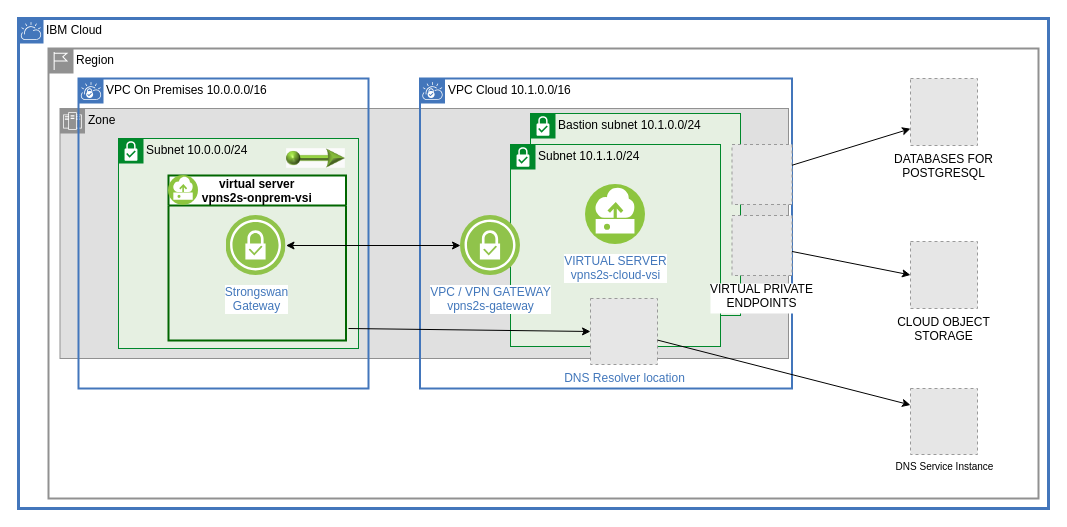
Earlier version of the draw.io diagram page "tutorial" (1 of 8) of diagrams/vpc-site2site-vpn.drawio (ibm-cloud-docs/solution-tutorials). Source tidied: cells renumbered, new cells numbered last; positions are measured from the earlier drawing's top-left corner, leaving out a move shared by most shapes. Both pictures are drawn from the tidied source at 100%, with x=0, y=0 at pixel (18, 18). Pictures stored in the file or linked from it are replaced by grey dashed boxes.
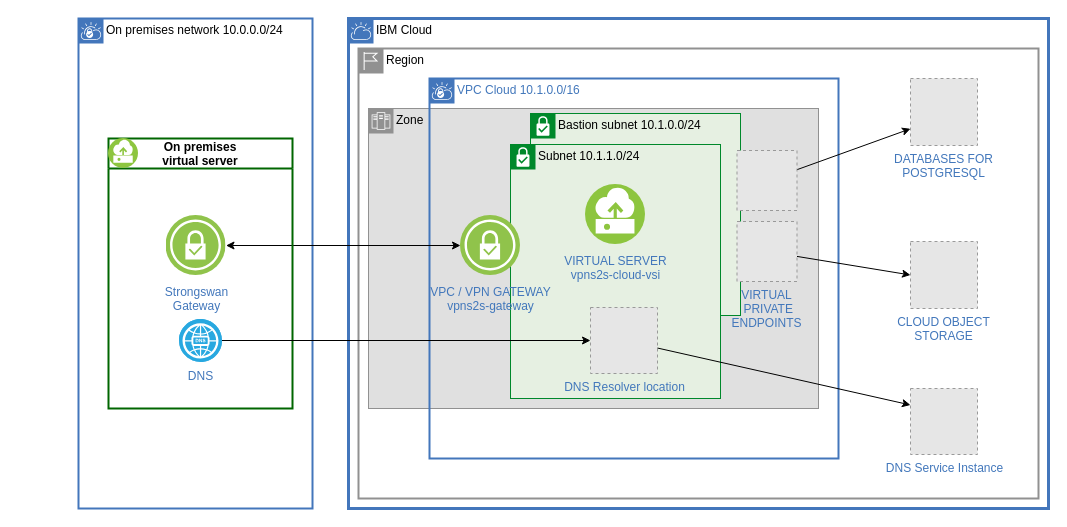
The same diagram, later.

The edit, as a diff of the source:
```diff
@@
     <mxCell id="2" value="IBM Cloud" style="shape=mxgraph.ibm.box;prType=cloud;fontStyle=0;verticalAlign=top;align=left;spacingLeft=32;spacingTop=4;fillColor=none;rounded=0;whiteSpace=wrap;html=1;strokeColor=#4376BB;strokeWidth=3;dashed=0;spacing=-4;" parent="1" vertex="1">
-      <mxGeometry width="1030" height="490" as="geometry" />
+      <mxGeometry x="330" width="700" height="490" as="geometry" />
     </mxCell>
     <mxCell id="3" value="Region" style="shape=mxgraph.ibm.box;prType=region;fontStyle=0;verticalAlign=top;align=left;spacingLeft=32;spacingTop=4;fillColor=none;rounded=0;whiteSpace=wrap;html=1;strokeColor=#919191;strokeWidth=2;dashed=0;spacing=-4;fontFamily=Helvetica;fontSize=12;fontColor=default;" parent="1" vertex="1">
-      <mxGeometry x="30" y="30" width="990" height="450" as="geometry" />
+      <mxGeometry x="340" y="30" width="680" height="450" as="geometry" />
     </mxCell>
     <mxCell id="4" value="Zone" style="shape=mxgraph.ibm.box;prType=zone;fontStyle=0;verticalAlign=top;align=left;spacingLeft=32;spacingTop=4;fillColor=#E0E0E0;rounded=0;whiteSpace=wrap;html=1;strokeColor=#919191;strokeWidth=1;dashed=0;spacing=-4;fontFamily=Helvetica;fontSize=12;fontColor=default;" parent="1" vertex="1">
-      <mxGeometry x="41.5" y="90" width="728.5" height="250" as="geometry" />
+      <mxGeometry x="350" y="90" width="450" height="300" as="geometry" />
     </mxCell>
-    <mxCell id="5" value="VPC Cloud 10.1.0.0/16" style="shape=mxgraph.ibm.box;prType=vpc;fontStyle=0;verticalAlign=top;align=left;spacingLeft=32;spacingTop=4;fillColor=none;rounded=0;whiteSpace=wrap;html=1;strokeColor=#4376BB;strokeWidth=2;dashed=0;spacing=-4;" parent="4" vertex="1">
-      <mxGeometry x="360" y="-30" width="372" height="310" as="geometry" />
+    <mxCell id="5" value="VPC Cloud 10.1.0.0/16" style="shape=mxgraph.ibm.box;prType=vpc;fontStyle=0;verticalAlign=top;align=left;spacingLeft=32;spacingTop=4;fillColor=none;rounded=0;whiteSpace=wrap;html=1;strokeColor=#4376BB;strokeWidth=2;dashed=0;spacing=-4;fontColor=#4277BB;labelBackgroundColor=none;" parent="1" vertex="1">
+      <mxGeometry x="411" y="60" width="409" height="380" as="geometry" />
     </mxCell>
+    <mxCell id="27" value="On premises network 10.0.0.0/24" style="shape=mxgraph.ibm.box;prType=vpc;fontStyle=0;verticalAlign=top;align=left;spacingLeft=32;spacingTop=4;fillColor=none;rounded=0;whiteSpace=wrap;html=1;strokeColor=#4376BB;strokeWidth=2;dashed=0;spacing=-4;labelBackgroundColor=none;" parent="1" vertex="1">
+      <mxGeometry x="60" width="234" height="490" as="geometry" />
+    </mxCell>
+    <mxCell id="18" value="DATABASES FOR&#10;POSTGRESQL" style="fillColor=#E6E6E6;strokeColor=#999999;dashed=1;verticalLabelPosition=bottom;verticalAlign=top;fontColor=#4277BB;" parent="1" vertex="1">
+      <mxGeometry x="892" y="60" width="67" height="67" as="geometry" />
+    </mxCell>
+    <mxCell id="19" value="CLOUD OBJECT&#10;STORAGE" style="fillColor=#E6E6E6;strokeColor=#999999;dashed=1;verticalLabelPosition=bottom;verticalAlign=top;fontColor=#4277BB;" parent="1" vertex="1">
+      <mxGeometry x="892" y="223" width="67" height="67" as="geometry" />
+    </mxCell>
+    <mxCell id="20" style="rounded=0;jettySize=auto;html=1;entryX=0;entryY=0.75;entryDx=0;entryDy=0;" parent="1" edge="1" source="11" target="18">
+      <mxGeometry relative="1" as="geometry" />
+    </mxCell>
+    <mxCell id="21" style="edgeStyle=none;rounded=0;jettySize=auto;html=1;entryX=0;entryY=0.5;entryDx=0;entryDy=0;" parent="1" edge="1" source="9" target="19">
+      <mxGeometry relative="1" as="geometry" />
+    </mxCell>
+    <mxCell id="22" style="edgeStyle=none;rounded=0;jettySize=auto;html=1;entryX=0;entryY=0.5;entryDx=0;entryDy=0;startArrow=classic;startFill=1;" parent="1" edge="1" source="16" target="25">
+      <mxGeometry relative="1" as="geometry" />
+    </mxCell>
+    <mxCell id="23" value="DNS Service Instance" style="fillColor=#E6E6E6;strokeColor=#999999;dashed=1;verticalLabelPosition=bottom;verticalAlign=top;fontSize=12;html=1;fontColor=#4277BB;" parent="1" vertex="1">
+      <mxGeometry x="892" y="370" width="67" height="66" as="geometry" />
+    </mxCell>
-    <mxCell id="6" value="Bastion subnet 10.1.0.0/24" style="shape=mxgraph.ibm.box;prType=subnet;fontStyle=0;verticalAlign=top;align=left;spacingLeft=32;spacingTop=4;fillColor=#E6F0E2;rounded=0;whiteSpace=wrap;html=1;strokeColor=#00882B;strokeWidth=1;dashed=0;spacing=-4;" parent="4" vertex="1">
-      <mxGeometry x="470.5" y="5" width="210" height="202" as="geometry" />
+    <mxCell id="6" value="Bastion subnet 10.1.0.0/24" style="shape=mxgraph.ibm.box;prType=subnet;fontStyle=0;verticalAlign=top;align=left;spacingLeft=32;spacingTop=4;fillColor=#E6F0E2;rounded=0;whiteSpace=wrap;html=1;strokeColor=#00882B;strokeWidth=1;dashed=0;spacing=-4;" parent="1" vertex="1">
+      <mxGeometry x="512" y="95" width="210" height="202" as="geometry" />
     </mxCell>
-    <mxCell id="7" value="Subnet 10.1.1.0/24" style="shape=mxgraph.ibm.box;prType=subnet;fontStyle=0;verticalAlign=top;align=left;spacingLeft=32;spacingTop=4;fillColor=#E6F0E2;rounded=0;whiteSpace=wrap;html=1;strokeColor=#00882B;strokeWidth=1;dashed=0;spacing=-4;" parent="4" vertex="1">
-      <mxGeometry x="450.5" y="36" width="210" height="202" as="geometry" />
+    <mxCell id="7" value="Subnet 10.1.1.0/24" style="shape=mxgraph.ibm.box;prType=subnet;fontStyle=0;verticalAlign=top;align=left;spacingLeft=32;spacingTop=4;fillColor=#E6F0E2;rounded=0;whiteSpace=wrap;html=1;strokeColor=#00882B;strokeWidth=1;dashed=0;spacing=-4;" parent="1" vertex="1">
+      <mxGeometry x="492" y="126" width="210" height="254" as="geometry" />
     </mxCell>
-    <mxCell id="8" value="VIRTUAL SERVER&lt;br&gt;vpns2s-cloud-vsi" style="perimeter=ellipsePerimeter;html=1;align=center;shadow=0;dashed=0;fontColor=#4277BB;labelBackgroundColor=#ffffff;fontSize=12;spacingTop=3;image;image=img/lib/ibm/vpc/Instance.svg;" parent="4" vertex="1">
-      <mxGeometry x="525.5" y="76" width="60" height="60" as="geometry" />
+    <mxCell id="8" value="VIRTUAL SERVER&lt;br&gt;vpns2s-cloud-vsi" style="perimeter=ellipsePerimeter;html=1;align=center;shadow=0;dashed=0;fontColor=#4277BB;labelBackgroundColor=none;fontSize=12;spacingTop=3;image;image=img/lib/ibm/vpc/Instance.svg;labelBackgroundColor=none;" parent="1" vertex="1">
+      <mxGeometry x="567" y="166" width="60" height="60" as="geometry" />
     </mxCell>
-    <mxCell id="9" value="VIRTUAL PRIVATE&#10;ENDPOINTS" style="fillColor=#E6E6E6;strokeColor=#999999;dashed=1;verticalLabelPosition=bottom;labelBackgroundColor=#ffffff;verticalAlign=top;" parent="4" vertex="1">
-      <mxGeometry x="672" y="107" width="60" height="60" as="geometry" />
+    <mxCell id="9" value="VIRTUAL&#10; PRIVATE&#10;ENDPOINTS" style="fillColor=#E6E6E6;strokeColor=#999999;dashed=1;verticalLabelPosition=bottom;labelBackgroundColor=none;verticalAlign=top;fontColor=#4277BB;" parent="1" vertex="1">
+      <mxGeometry x="718.5" y="203" width="60" height="60" as="geometry" />
     </mxCell>
-    <mxCell id="10" value="&lt;span style=&quot;color: rgb(66 , 119 , 187) ; font-family: &amp;quot;helvetica&amp;quot; ; font-size: 12px ; font-style: normal ; font-weight: 400 ; letter-spacing: normal ; text-align: center ; text-indent: 0px ; text-transform: none ; word-spacing: 0px ; background-color: rgb(255 , 255 , 255) ; display: inline ; float: none&quot;&gt;DNS Resolver location&lt;/span&gt;" style="fillColor=#E6E6E6;strokeColor=#999999;dashed=1;verticalLabelPosition=bottom;verticalAlign=top;fontSize=10;html=1;" parent="4" vertex="1">
-      <mxGeometry x="530.5" y="190" width="67" height="66" as="geometry" />
+    <mxCell id="10" value="&lt;span style=&quot;color: rgb(66, 119, 187); font-family: helvetica; font-size: 12px; font-style: normal; font-weight: 400; letter-spacing: normal; text-align: center; text-indent: 0px; text-transform: none; word-spacing: 0px; display: inline; float: none;&quot;&gt;DNS Resolver location&lt;/span&gt;" style="fillColor=#E6E6E6;strokeColor=#999999;dashed=1;verticalLabelPosition=bottom;verticalAlign=top;fontSize=12;html=1;labelBackgroundColor=none;" parent="1" vertex="1">
+      <mxGeometry x="572" y="289" width="67" height="66" as="geometry" />
     </mxCell>
-    <mxCell id="11" style="fillColor=#E6E6E6;strokeColor=#999999;dashed=1;verticalLabelPosition=bottom;labelBackgroundColor=#ffffff;verticalAlign=top;" parent="4" vertex="1">
-      <mxGeometry x="672" y="36" width="60" height="60" as="geometry" />
+    <mxCell id="11" style="fillColor=#E6E6E6;strokeColor=#999999;dashed=1;verticalLabelPosition=bottom;labelBackgroundColor=#ffffff;verticalAlign=top;" parent="1" vertex="1">
+      <mxGeometry x="718.5" y="132" width="60" height="60" as="geometry" />
     </mxCell>
-    <mxCell id="12" value="VPC On Premises 10.0.0.0/16" style="shape=mxgraph.ibm.box;prType=vpc;fontStyle=0;verticalAlign=top;align=left;spacingLeft=32;spacingTop=4;fillColor=none;rounded=0;whiteSpace=wrap;html=1;strokeColor=#4376BB;strokeWidth=2;dashed=0;spacing=-4;" parent="1" vertex="1">
-      <mxGeometry x="60" y="60" width="290" height="310" as="geometry" />
-    </mxCell>
-    <mxCell id="13" value="Subnet 10.0.0.0/24" style="shape=mxgraph.ibm.box;prType=subnet;fontStyle=0;verticalAlign=top;align=left;spacingLeft=32;spacingTop=4;fillColor=#E6F0E2;rounded=0;whiteSpace=wrap;html=1;strokeColor=#00882B;strokeWidth=1;dashed=0;spacing=-4;" parent="12" vertex="1">
-      <mxGeometry x="40" y="60" width="240" height="210" as="geometry" />
-    </mxCell>
-    <mxCell id="14" value="virtual server&#10;vpns2s-onprem-vsi" style="swimlane;labelBackgroundColor=none;strokeColor=#006600;strokeWidth=2;startSize=30;" parent="12" vertex="1">
-      <mxGeometry x="90" y="97" width="177.5" height="165" as="geometry" />
+    <mxCell id="14" value="On premises &#10;virtual server" style="swimlane;labelBackgroundColor=none;strokeColor=#006600;strokeWidth=2;startSize=30;" parent="1" vertex="1">
+      <mxGeometry x="90" y="120" width="184" height="270" as="geometry" />
     </mxCell>
@@
+    <mxCell id="28" value="DNS" style="fillColor=#28A8E0;verticalLabelPosition=bottom;sketch=0;html=1;strokeColor=#ffffff;verticalAlign=top;align=center;points=[[0.145,0.145,0],[0.5,0,0],[0.855,0.145,0],[1,0.5,0],[0.855,0.855,0],[0.5,1,0],[0.145,0.855,0],[0,0.5,0]];shape=mxgraph.cisco_safe.compositeIcon;bgIcon=ellipse;resIcon=mxgraph.cisco_safe.capability.dns;fontColor=#4277BB;" parent="14" vertex="1">
+      <mxGeometry x="70.5" y="180.5" width="43" height="43" as="geometry" />
+    </mxCell>
-    <mxCell id="16" value="Strongswan&lt;br&gt;Gateway" style="perimeter=ellipsePerimeter;html=1;align=center;shadow=0;dashed=0;fontColor=#4277BB;labelBackgroundColor=#ffffff;fontSize=12;spacingTop=3;image;image=img/lib/ibm/vpc/VPNGateway.svg;" parent="12" vertex="1">
-      <mxGeometry x="147.5" y="137" width="60" height="60" as="geometry" />
+    <mxCell id="16" value="Strongswan&lt;br&gt;Gateway" style="perimeter=ellipsePerimeter;html=1;align=center;shadow=0;dashed=0;fontColor=#4277BB;labelBackgroundColor=none;fontSize=12;spacingTop=3;image;image=img/lib/ibm/vpc/VPNGateway.svg;" parent="1" vertex="1">
+      <mxGeometry x="147.5" y="197" width="60" height="60" as="geometry" />
     </mxCell>
-    <mxCell id="17" style="perimeter=ellipsePerimeter;html=1;align=center;shadow=0;dashed=0;fontColor=#4277BB;labelBackgroundColor=#ffffff;fontSize=12;spacingTop=3;image;image=img/lib/ibm/vpc/FloatingIP.svg;fontFamily=Helvetica;strokeColor=#006600;strokeWidth=2;" parent="12" vertex="1">
-      <mxGeometry x="207.5" y="50" width="60" height="60" as="geometry" />
-    </mxCell>
-    <mxCell id="18" value="DATABASES FOR&#10;POSTGRESQL" style="fillColor=#E6E6E6;strokeColor=#999999;dashed=1;verticalLabelPosition=bottom;verticalAlign=top;" parent="1" vertex="1">
-      <mxGeometry x="892" y="60" width="67" height="67" as="geometry" />
-    </mxCell>
-    <mxCell id="19" value="CLOUD OBJECT&#10;STORAGE" style="fillColor=#E6E6E6;strokeColor=#999999;dashed=1;verticalLabelPosition=bottom;verticalAlign=top;" parent="1" vertex="1">
-      <mxGeometry x="892" y="223" width="67" height="67" as="geometry" />
-    </mxCell>
-    <mxCell id="20" style="rounded=0;jettySize=auto;html=1;entryX=0;entryY=0.75;entryDx=0;entryDy=0;" parent="1" edge="1" source="11" target="18">
-      <mxGeometry relative="1" as="geometry" />
-    </mxCell>
-    <mxCell id="21" style="edgeStyle=none;rounded=0;jettySize=auto;html=1;entryX=0;entryY=0.5;entryDx=0;entryDy=0;" parent="1" edge="1" source="9" target="19">
-      <mxGeometry relative="1" as="geometry" />
-    </mxCell>
-    <mxCell id="22" style="edgeStyle=none;rounded=0;jettySize=auto;html=1;entryX=0;entryY=0.5;entryDx=0;entryDy=0;startArrow=classic;startFill=1;" parent="1" edge="1" source="16" target="25">
-      <mxGeometry relative="1" as="geometry" />
-    </mxCell>
-    <mxCell id="23" value="DNS Service Instance" style="fillColor=#E6E6E6;strokeColor=#999999;dashed=1;verticalLabelPosition=bottom;verticalAlign=top;fontSize=10;html=1;" parent="1" vertex="1">
-      <mxGeometry x="892" y="370" width="67" height="66" as="geometry" />
-    </mxCell>
-    <mxCell id="24" style="rounded=0;jettySize=auto;html=1;entryX=0;entryY=0.5;entryDx=0;entryDy=0;" parent="1" edge="1" target="10">
-      <mxGeometry relative="1" as="geometry">
-        <mxPoint x="330" y="310" as="sourcePoint" />
-      </mxGeometry>
+    <mxCell id="24" style="rounded=0;jettySize=auto;html=1;entryX=0;entryY=0.5;entryDx=0;entryDy=0;exitX=1;exitY=0.5;exitDx=0;exitDy=0;exitPerimeter=0;" parent="1" edge="1" source="28" target="10">
+      <mxGeometry relative="1" as="geometry" />
     </mxCell>
-    <mxCell id="25" value="VPC / VPN GATEWAY&lt;br&gt;vpns2s-gateway" style="perimeter=ellipsePerimeter;html=1;align=center;shadow=0;dashed=0;fontColor=#4277BB;labelBackgroundColor=#ffffff;fontSize=12;spacingTop=3;image;image=img/lib/ibm/vpc/VPNGateway.svg;" parent="1" vertex="1">
+    <mxCell id="25" value="VPC / VPN GATEWAY&lt;br&gt;vpns2s-gateway" style="perimeter=ellipsePerimeter;html=1;align=center;shadow=0;dashed=0;fontColor=#4277BB;labelBackgroundColor=none;fontSize=12;spacingTop=3;image;image=img/lib/ibm/vpc/VPNGateway.svg;labelBackgroundColor=none;" parent="1" vertex="1">
       <mxGeometry x="442" y="197" width="60" height="60" as="geometry" />
     </mxCell>
```
